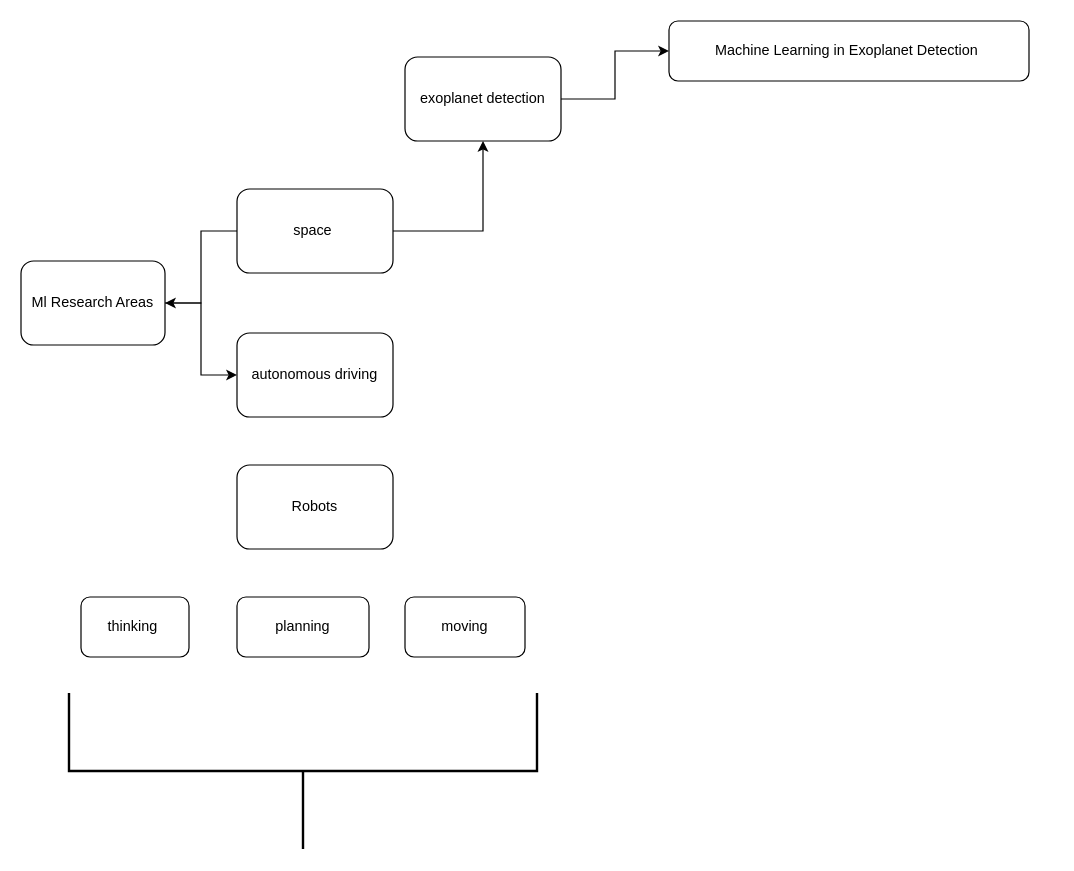
Before: first.drawio in code-learning-archive/ml-research-ideas, a draw.io diagram. Source tidied: cells renumbered, new cells numbered last; positions are measured from the earlier drawing's top-left corner, leaving out a move shared by most shapes. Both pictures are drawn from the tidied source at 120%, with x=0, y=0 at pixel (20, 20).
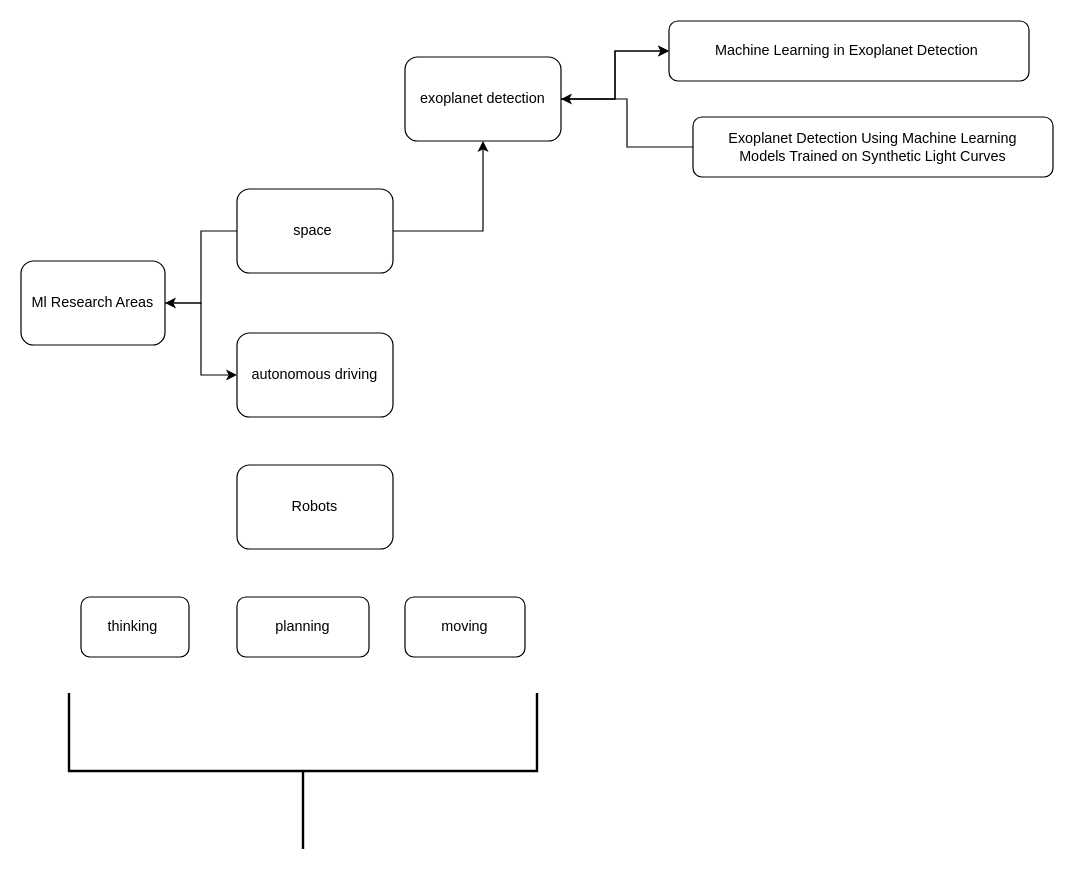
The same diagram, later.

The edit, as a diff of the source:
```diff
@@
 <mxGraphModel>
   <root>
     <mxCell id="0" />
     <mxCell id="1" parent="0" />
     <mxCell id="2" style="edgeStyle=orthogonalEdgeStyle;rounded=0;jettySize=auto;html=1;" parent="1" edge="1" source="3" target="7">
       <mxGeometry relative="1" as="geometry" />
     </mxCell>
     <mxCell id="3" value="Ml Research Areas" style="rounded=1;whiteSpace=wrap;html=1;" parent="1" vertex="1">
       <mxGeometry y="200" width="120" height="70" as="geometry" />
     </mxCell>
     <mxCell id="4" style="edgeStyle=orthogonalEdgeStyle;rounded=0;jettySize=auto;html=1;" parent="1" edge="1" source="6" target="3">
       <mxGeometry relative="1" as="geometry" />
     </mxCell>
     <mxCell id="5" style="edgeStyle=orthogonalEdgeStyle;rounded=0;jettySize=auto;html=1;" parent="1" edge="1" source="6" target="14">
       <mxGeometry relative="1" as="geometry" />
     </mxCell>
     <mxCell id="6" value="space&amp;nbsp;" style="rounded=1;whiteSpace=wrap;html=1;" parent="1" vertex="1">
       <mxGeometry x="180" y="140" width="130" height="70" as="geometry" />
     </mxCell>
     <mxCell id="7" value="autonomous driving" style="rounded=1;whiteSpace=wrap;html=1;" parent="1" vertex="1">
       <mxGeometry x="180" y="260" width="130" height="70" as="geometry" />
     </mxCell>
     <mxCell id="8" value="Robots" style="rounded=1;whiteSpace=wrap;html=1;" parent="1" vertex="1">
       <mxGeometry x="180" y="370" width="130" height="70" as="geometry" />
     </mxCell>
     <mxCell id="9" value="moving" style="rounded=1;whiteSpace=wrap;html=1;" parent="1" vertex="1">
       <mxGeometry x="320" y="480" width="100" height="50" as="geometry" />
     </mxCell>
     <mxCell id="10" value="planning" style="rounded=1;whiteSpace=wrap;html=1;" parent="1" vertex="1">
       <mxGeometry x="180" y="480" width="110" height="50" as="geometry" />
     </mxCell>
     <mxCell id="11" value="thinking&amp;nbsp;" style="rounded=1;whiteSpace=wrap;html=1;" parent="1" vertex="1">
       <mxGeometry x="50" y="480" width="90" height="50" as="geometry" />
     </mxCell>
     <mxCell id="12" style="strokeWidth=2;html=1;shape=mxgraph.flowchart.annotation_2;align=left;labelPosition=right;rotation=-90;" parent="1" vertex="1">
       <mxGeometry x="170" y="430" width="130" height="390" as="geometry" />
     </mxCell>
     <mxCell id="13" style="edgeStyle=orthogonalEdgeStyle;rounded=0;jettySize=auto;html=1;" parent="1" edge="1" source="14" target="15">
       <mxGeometry relative="1" as="geometry" />
     </mxCell>
+    <mxCell id="16" style="edgeStyle=orthogonalEdgeStyle;rounded=0;jettySize=auto;html=1;" parent="1" edge="1" source="14" target="15">
+      <mxGeometry relative="1" as="geometry" />
+    </mxCell>
     <mxCell id="14" value="exoplanet detection" style="rounded=1;whiteSpace=wrap;html=1;" parent="1" vertex="1">
       <mxGeometry x="320" y="30" width="130" height="70" as="geometry" />
     </mxCell>
     <mxCell id="15" value="Machine Learning in Exoplanet Detection&amp;nbsp;" style="rounded=1;whiteSpace=wrap;html=1;" parent="1" vertex="1">
       <mxGeometry x="540" width="300" height="50" as="geometry" />
     </mxCell>
+    <mxCell id="17" style="edgeStyle=orthogonalEdgeStyle;rounded=0;jettySize=auto;html=1;" parent="1" edge="1" source="18" target="14">
+      <mxGeometry relative="1" as="geometry" />
+    </mxCell>
+    <mxCell id="18" value="Exoplanet Detection Using Machine Learning&lt;br/&gt;Models Trained on Synthetic Light Curves" style="rounded=1;whiteSpace=wrap;html=1;" parent="1" vertex="1">
+      <mxGeometry x="560" y="80" width="300" height="50" as="geometry" />
+    </mxCell>
   </root>
 </mxGraphModel>
```
